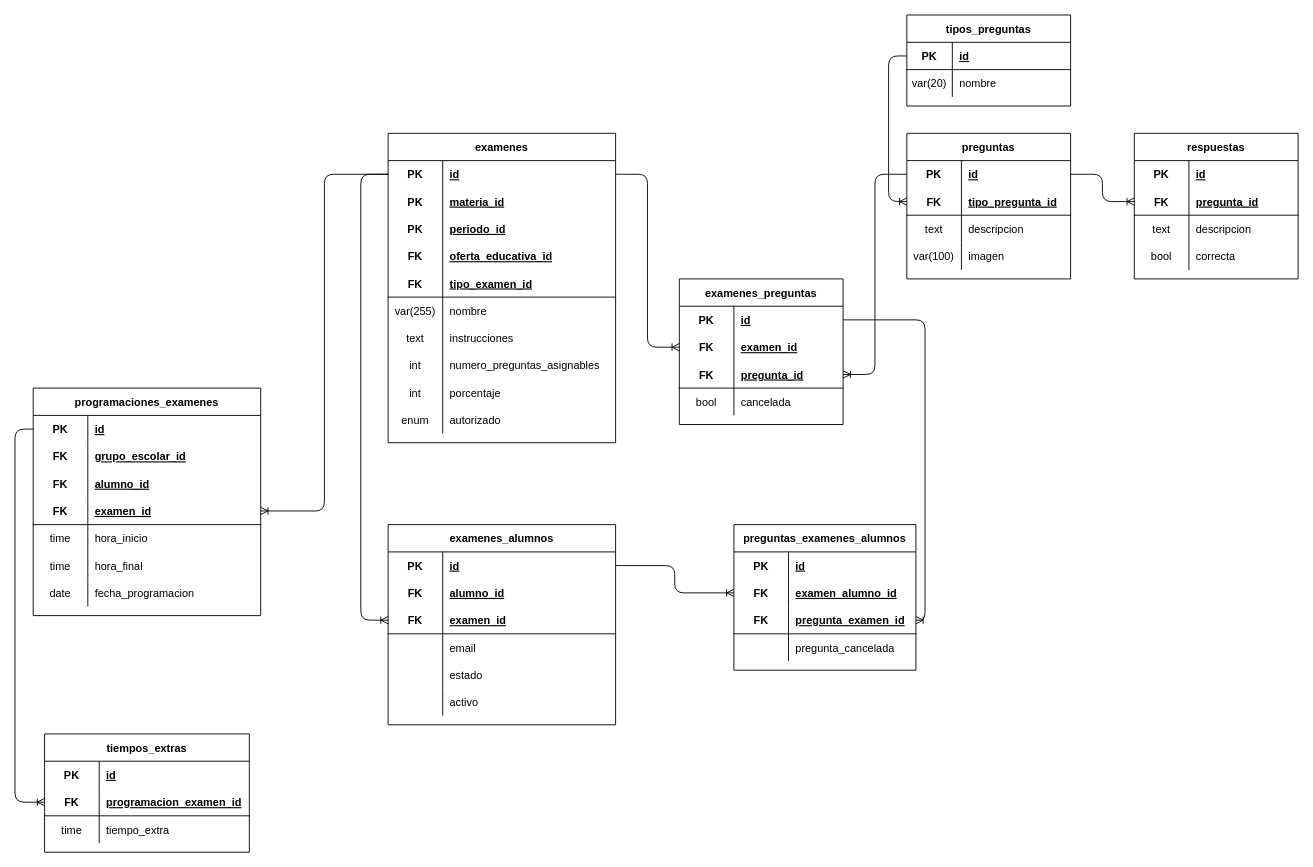
This is examenes/examenes.drawio from Carlos-Angel/database-escolar, a draw.io file, before an edit. Source tidied: cells renumbered, new cells numbered last; positions are measured from the earlier drawing's top-left corner, leaving out a move shared by most shapes. Both pictures are drawn from the tidied source at 91%, with x=0, y=0 at pixel (15, 15).
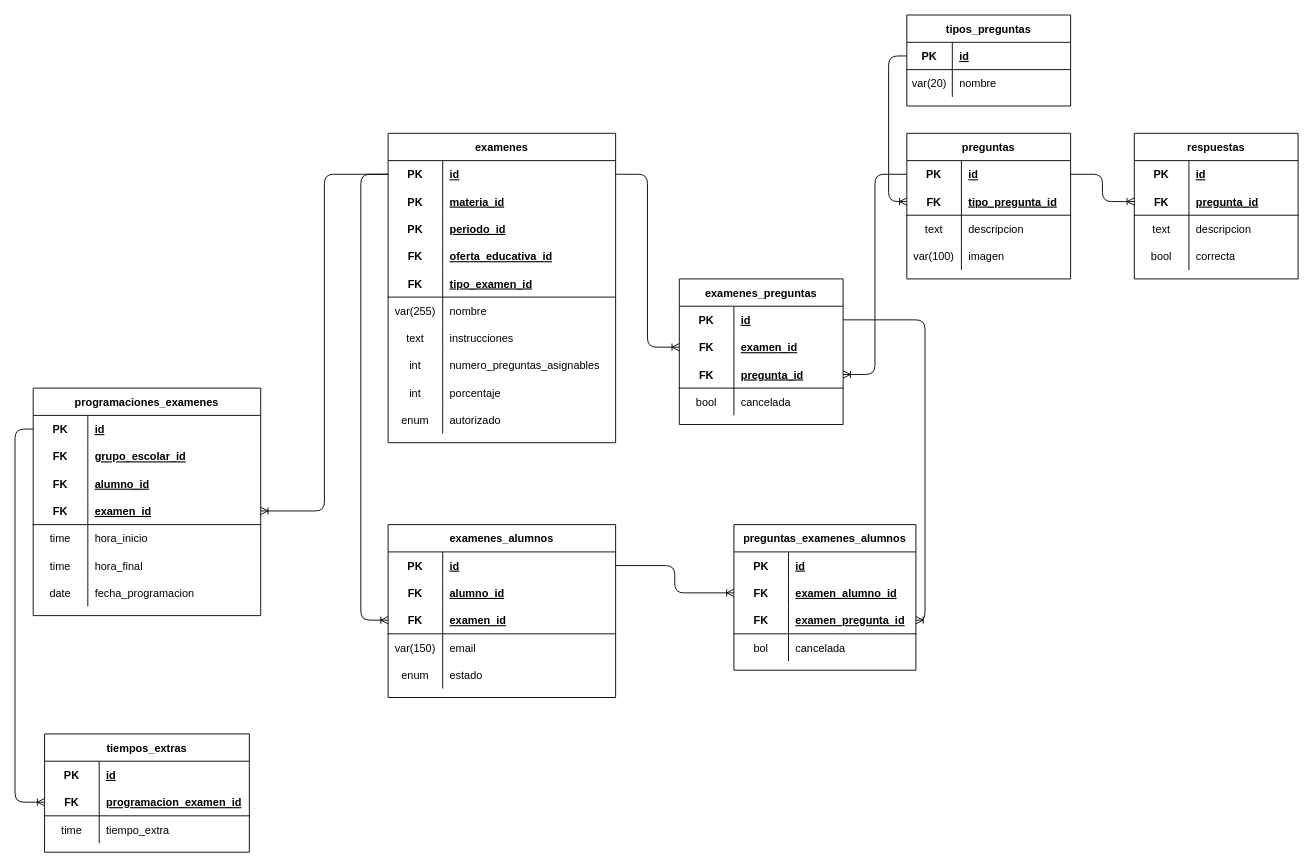
Above is the later version.

Commit message:
refactor(examenes): atributos de las tablas examenes_alumnos y preguntas_examenes_alumnos

Unchanged cells that the change refers to:
```xml
<mxCell id="93" style="shape=partialRectangle;fillColor=none;top=0;left=0;bottom=0;right=0;" parent="83" vertex="1">
  <mxGeometry y="120" width="250" height="30" as="geometry" />
</mxCell>
<mxCell id="96" style="shape=partialRectangle;fillColor=none;top=0;left=0;bottom=0;right=0;" parent="83" vertex="1">
  <mxGeometry y="150" width="250" height="30" as="geometry" />
</mxCell>
<mxCell id="109" style="shape=partialRectangle;fillColor=none;top=0;left=0;bottom=1;right=0;points=[[0,0.5],[1,0.5]];portConstraint=eastwest;" parent="102" vertex="1">
  <mxGeometry y="90" width="200" height="30" as="geometry" />
</mxCell>
<mxCell id="112" style="shape=partialRectangle;fillColor=none;top=0;left=0;bottom=0;right=0;" parent="102" vertex="1">
  <mxGeometry y="120" width="200" height="30" as="geometry" />
</mxCell>
```

Change to the diagram source:
```diff
@@
     <mxCell id="83" value="examenes_alumnos" style="shape=table;startSize=30;childLayout=tableLayout;rowLines=0;fontStyle=1;align=center;" parent="1" vertex="1">
-      <mxGeometry x="410" y="560" width="250" height="220" as="geometry" />
+      <mxGeometry x="410" y="560" width="250" height="190" as="geometry" />
     </mxCell>
@@
-    <mxCell id="94" style="shape=partialRectangle;fillColor=none;top=0;left=0;bottom=0;right=0;overflow=hidden;" parent="93" vertex="1">
+    <mxCell id="94" value="var(150)" style="shape=partialRectangle;fillColor=none;top=0;left=0;bottom=0;right=0;overflow=hidden;" parent="93" vertex="1">
       <mxGeometry width="60" height="30" as="geometry" />
     </mxCell>
@@
-    <mxCell id="97" style="shape=partialRectangle;fillColor=none;top=0;left=0;bottom=0;right=0;overflow=hidden;" parent="96" vertex="1">
+    <mxCell id="97" value="enum" style="shape=partialRectangle;fillColor=none;top=0;left=0;bottom=0;right=0;overflow=hidden;" parent="96" vertex="1">
       <mxGeometry width="60" height="30" as="geometry" />
     </mxCell>
@@
-    <mxCell id="99" style="shape=partialRectangle;fillColor=none;top=0;left=0;bottom=0;right=0;" parent="83" vertex="1">
-      <mxGeometry y="180" width="250" height="30" as="geometry" />
-    </mxCell>
-    <mxCell id="100" style="shape=partialRectangle;fillColor=none;top=0;left=0;bottom=0;right=0;overflow=hidden;" parent="99" vertex="1">
-      <mxGeometry width="60" height="30" as="geometry" />
-    </mxCell>
-    <mxCell id="101" value="activo" style="shape=partialRectangle;fillColor=none;top=0;left=0;bottom=0;right=0;align=left;spacingLeft=6;overflow=hidden;" parent="99" vertex="1">
-      <mxGeometry x="60" width="190" height="30" as="geometry" />
-    </mxCell>
@@
-    <mxCell id="111" value="pregunta_examen_id" style="shape=partialRectangle;fillColor=none;top=0;left=0;bottom=0;right=0;align=left;spacingLeft=6;fontStyle=5;overflow=hidden;" parent="109" vertex="1">
+    <mxCell id="111" value="examen_pregunta_id" style="shape=partialRectangle;fillColor=none;top=0;left=0;bottom=0;right=0;align=left;spacingLeft=6;fontStyle=5;overflow=hidden;" parent="109" vertex="1">
       <mxGeometry x="60" width="140" height="30" as="geometry" />
     </mxCell>
@@
-    <mxCell id="113" style="shape=partialRectangle;fillColor=none;top=0;left=0;bottom=0;right=0;overflow=hidden;" parent="112" vertex="1">
+    <mxCell id="113" value="bol" style="shape=partialRectangle;fillColor=none;top=0;left=0;bottom=0;right=0;overflow=hidden;" parent="112" vertex="1">
       <mxGeometry width="60" height="30" as="geometry" />
     </mxCell>
-    <mxCell id="114" value="pregunta_cancelada" style="shape=partialRectangle;fillColor=none;top=0;left=0;bottom=0;right=0;align=left;spacingLeft=6;overflow=hidden;" parent="112" vertex="1">
+    <mxCell id="114" value="cancelada" style="shape=partialRectangle;fillColor=none;top=0;left=0;bottom=0;right=0;align=left;spacingLeft=6;overflow=hidden;" parent="112" vertex="1">
       <mxGeometry x="60" width="140" height="30" as="geometry" />
     </mxCell>
```
